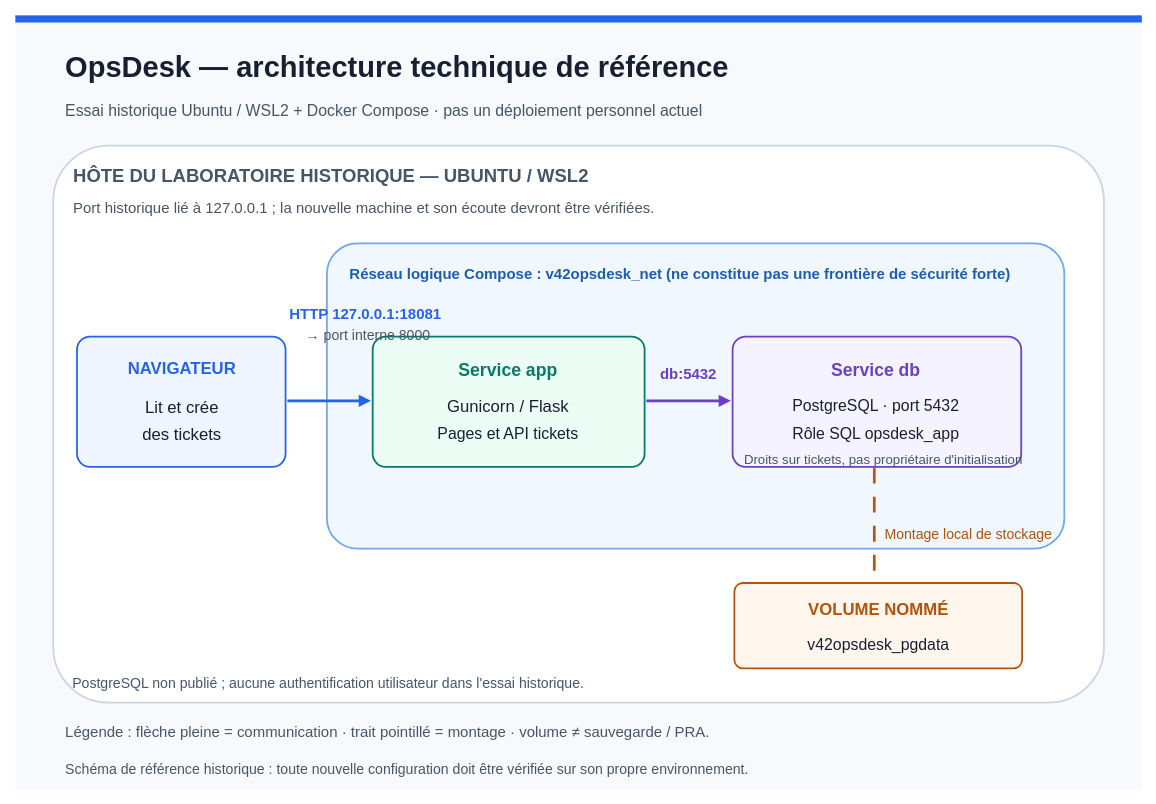
Earlier version of the draw.io diagram docs/diagrams/architecture-technique.drawio (mathiasseguincadiche/OpsDesk). Source tidied: cells renumbered, new cells numbered last; positions are measured from the earlier drawing's top-left corner, leaving out a move shared by most shapes. Both pictures are drawn from the tidied source at 88%, with x=0, y=0 at pixel (15, 15).
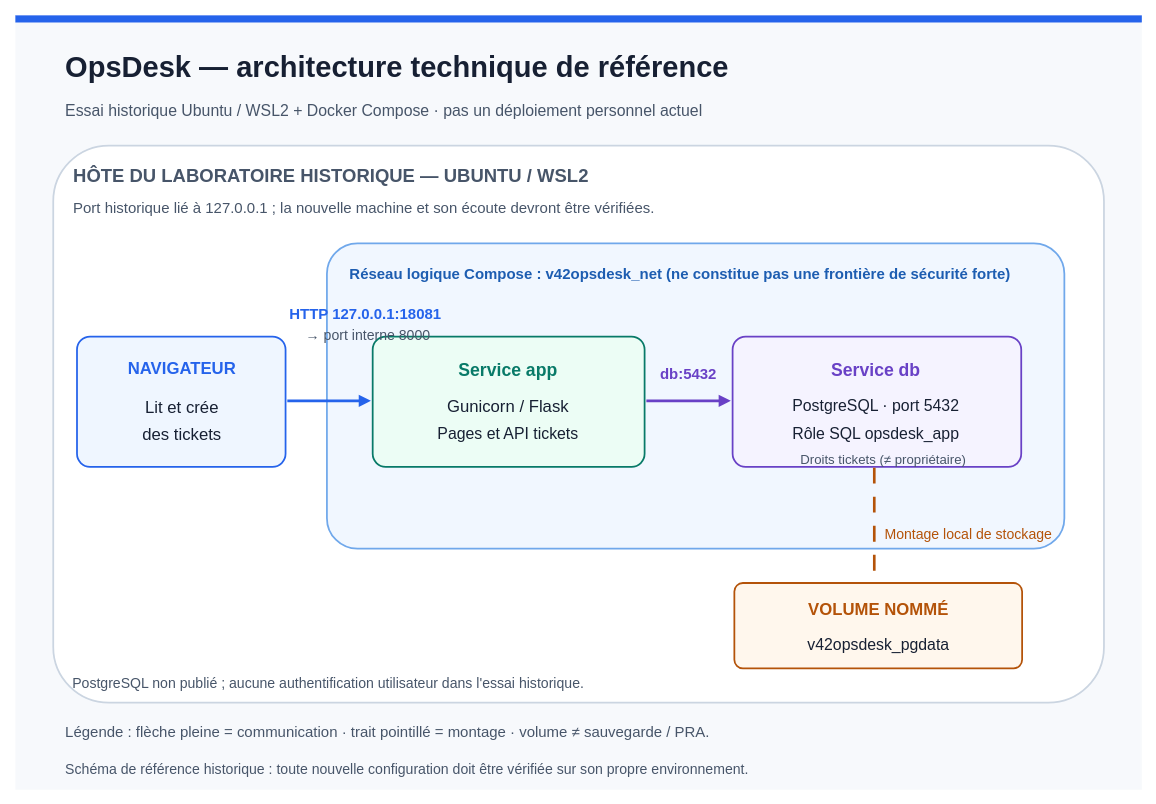
Above is the later version.

Commit message:
docs(diagrams): dégager la liaison de volume de la note SQL

Change to the diagram source:
```diff
@@
-    <mxCell id="30" value="Droits sur tickets, pas propriétaire d'initialisation" style="text;html=0;whiteSpace=wrap;align=center;verticalAlign=middle;fillColor=none;strokeColor=none;fontFamily=Arial;fontSize=15;fontColor=#475569;fontStyle=0;spacing=0;" parent="1" vertex="1">
+    <mxCell id="30" value="Droits tickets (≠ propriétaire)" style="text;html=0;whiteSpace=wrap;align=center;verticalAlign=middle;fillColor=none;strokeColor=none;fontFamily=Arial;fontSize=15;fontColor=#475569;fontStyle=0;spacing=0;" parent="1" vertex="1">
       <mxGeometry x="829" y="490" width="315" height="27" as="geometry" />
     </mxCell>
```
